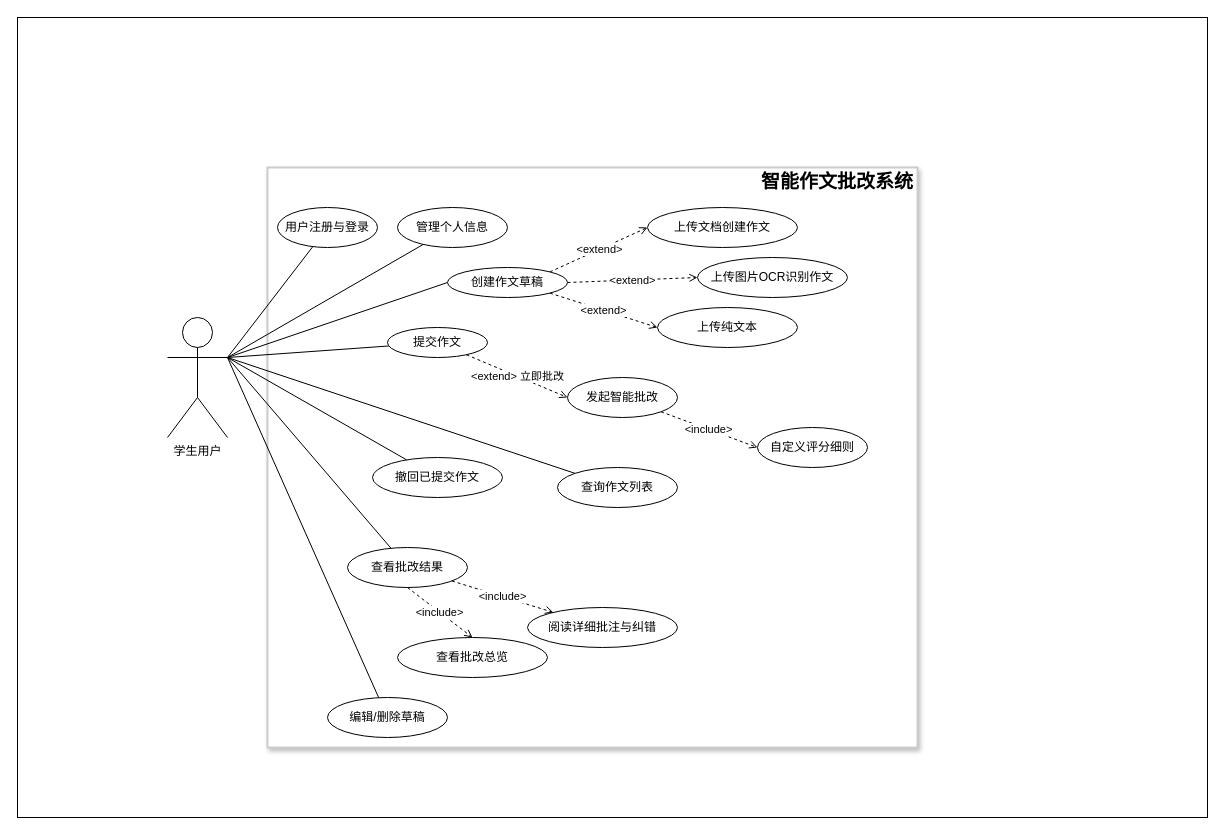
Above: docs/essay-correction-usecase.drawio in jhddt/Reading-Pavilion-java (draw.io), before the change. Source tidied: cells renumbered, new cells numbered last; positions are measured from the earlier drawing's top-left corner, leaving out a move shared by most shapes. Both pictures are drawn from the tidied source at 100%, with x=0, y=0 at pixel (17, 17).
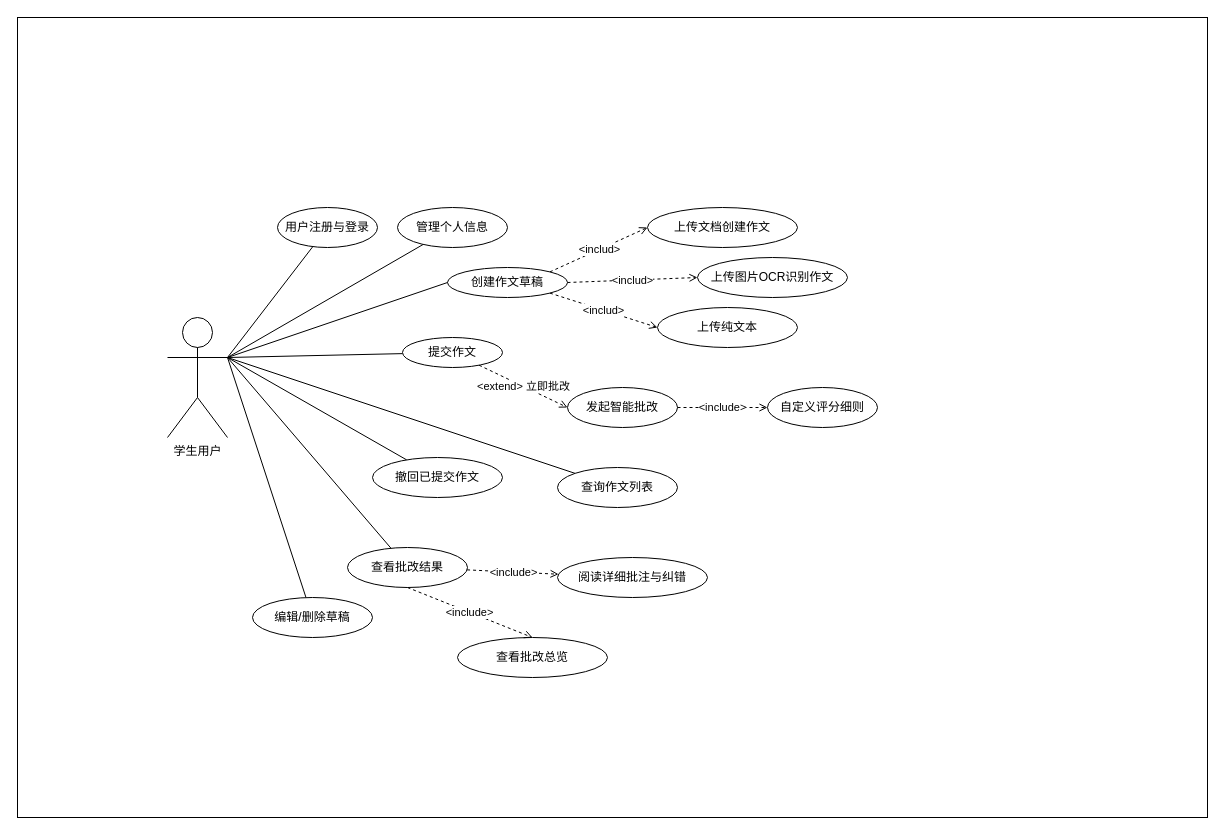
After the change.

The change refers to these unchanged cells:
```xml
<mxCell id="14" value="创建作文草稿" style="ellipse;whiteSpace=wrap;html=1;" parent="1" vertex="1">
  <mxGeometry x="430" y="250" width="120" height="30" as="geometry" />
</mxCell>
<mxCell id="15" value="上传文档创建作文" style="ellipse;whiteSpace=wrap;html=1;" parent="1" vertex="1">
  <mxGeometry x="630" y="190" width="150" height="40" as="geometry" />
</mxCell>
<mxCell id="28" value="上传图片OCR识别作文" style="ellipse;whiteSpace=wrap;html=1;" parent="1" vertex="1">
  <mxGeometry x="680" y="240" width="150" height="40" as="geometry" />
</mxCell>
<mxCell id="31" value="上传纯文本" style="ellipse;whiteSpace=wrap;html=1;" parent="1" vertex="1">
  <mxGeometry x="640" y="290" width="140" height="40" as="geometry" />
</mxCell>
```

The edit, as a diff of the source:
```diff
@@
-    <mxCell id="3" style="rounded=0;whiteSpace=wrap;html=1;strokeWidth=2;strokeColor=#CCCCCC;glass=0;shadow=1;" parent="1" vertex="1">
-      <mxGeometry x="250" y="150" width="650" height="580" as="geometry" />
-    </mxCell>
@@
     <mxCell id="16" value="编辑/删除草稿" style="ellipse;whiteSpace=wrap;html=1;" parent="1" vertex="1">
-      <mxGeometry x="310" y="680" width="120" height="40" as="geometry" />
+      <mxGeometry x="235" y="580" width="120" height="40" as="geometry" />
     </mxCell>
     <mxCell id="17" value="提交作文" style="ellipse;whiteSpace=wrap;html=1;" parent="1" vertex="1">
-      <mxGeometry x="370" y="310" width="100" height="30" as="geometry" />
+      <mxGeometry x="385" y="320" width="100" height="30" as="geometry" />
     </mxCell>
@@
     <mxCell id="20" value="发起智能批改" style="ellipse;whiteSpace=wrap;html=1;" parent="1" vertex="1">
-      <mxGeometry x="550" y="360" width="110" height="40" as="geometry" />
+      <mxGeometry x="550" y="370" width="110" height="40" as="geometry" />
     </mxCell>
@@
     <mxCell id="22" value="阅读详细批注与纠错" style="ellipse;whiteSpace=wrap;html=1;" parent="1" vertex="1">
-      <mxGeometry x="510" y="590" width="150" height="40" as="geometry" />
+      <mxGeometry x="540" y="540" width="150" height="40" as="geometry" />
     </mxCell>
@@
-    <mxCell id="25" value="&amp;lt;extend&amp;gt;" style="dashed=1;endArrow=open;html=1;entryX=0;entryY=0.5;entryDx=0;entryDy=0;exitX=1;exitY=0.5;exitDx=0;exitDy=0;" parent="1" edge="1" source="14" target="28">
+    <mxCell id="25" value="&amp;lt;includ&amp;gt;" style="dashed=1;endArrow=open;html=1;entryX=0;entryY=0.5;entryDx=0;entryDy=0;exitX=1;exitY=0.5;exitDx=0;exitDy=0;" parent="1" edge="1" source="14" target="28">
       <mxGeometry relative="1" as="geometry" />
     </mxCell>
-    <mxCell id="26" value="&amp;lt;extend&amp;gt;" style="dashed=1;endArrow=open;html=1;entryX=0;entryY=0.5;entryDx=0;entryDy=0;exitX=1;exitY=0;exitDx=0;exitDy=0;" parent="1" edge="1" source="14" target="15">
+    <mxCell id="26" value="&amp;lt;includ&amp;gt;" style="dashed=1;endArrow=open;html=1;entryX=0;entryY=0.5;entryDx=0;entryDy=0;exitX=1;exitY=0;exitDx=0;exitDy=0;" parent="1" edge="1" source="14" target="15">
       <mxGeometry relative="1" as="geometry" />
     </mxCell>
@@
-    <mxCell id="30" value="&amp;lt;extend&amp;gt;" style="dashed=1;endArrow=open;html=1;entryX=0;entryY=0.5;entryDx=0;entryDy=0;exitX=1;exitY=1;exitDx=0;exitDy=0;" parent="1" edge="1" source="14" target="31">
+    <mxCell id="30" value="&amp;lt;includ&amp;gt;" style="dashed=1;endArrow=open;html=1;entryX=0;entryY=0.5;entryDx=0;entryDy=0;exitX=1;exitY=1;exitDx=0;exitDy=0;" parent="1" edge="1" source="14" target="31">
       <mxGeometry relative="1" as="geometry" />
     </mxCell>
@@
-    <mxCell id="32" value="&lt;font style=&quot;font-size: 19px;&quot;&gt;&lt;b&gt;智能作文批改系统&lt;/b&gt;&lt;/font&gt;" style="text;html=1;whiteSpace=wrap;strokeColor=none;fillColor=none;align=center;verticalAlign=middle;rounded=0;" parent="1" vertex="1">
-      <mxGeometry x="740" y="150" width="160" height="30" as="geometry" />
-    </mxCell>
     <mxCell id="33" value="自定义评分细则" style="ellipse;whiteSpace=wrap;html=1;" parent="1" vertex="1">
-      <mxGeometry x="740" y="410" width="110" height="40" as="geometry" />
+      <mxGeometry x="750" y="370" width="110" height="40" as="geometry" />
     </mxCell>
     <mxCell id="34" value="查看批改总览" style="ellipse;whiteSpace=wrap;html=1;" parent="1" vertex="1">
-      <mxGeometry x="380" y="620" width="150" height="40" as="geometry" />
+      <mxGeometry x="440" y="620" width="150" height="40" as="geometry" />
     </mxCell>
```
